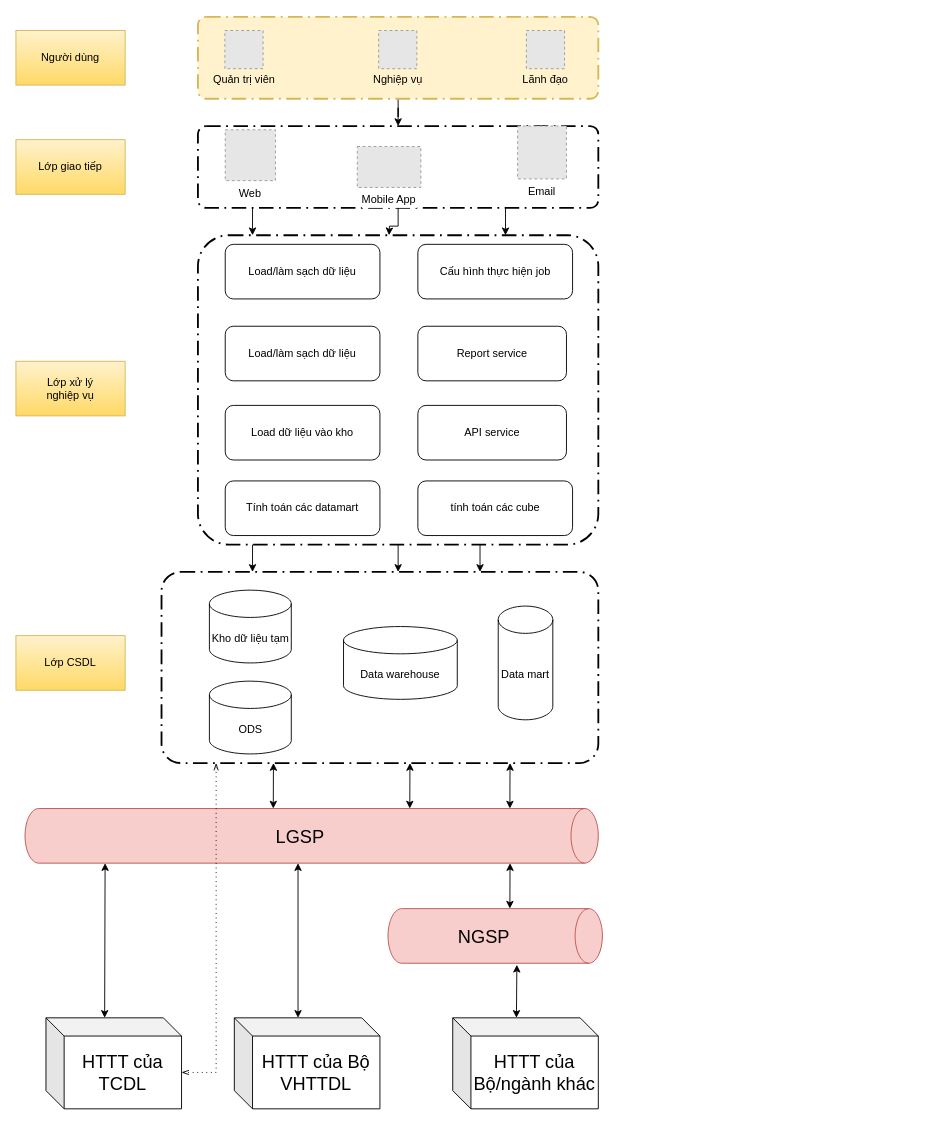
letheanh12345/Draw-io keeps this draw.io diagram as page "KHO" (5 of 5) of tcdl.drawio. Above is the earlier version. Source tidied: cells renumbered, new cells numbered last; positions are measured from the earlier drawing's top-left corner, leaving out a move shared by most shapes. Both pictures are drawn from the tidied source at 91%, with x=0, y=0 at pixel (15, 16). Pictures stored in the file or linked from it are replaced by grey dashed boxes.
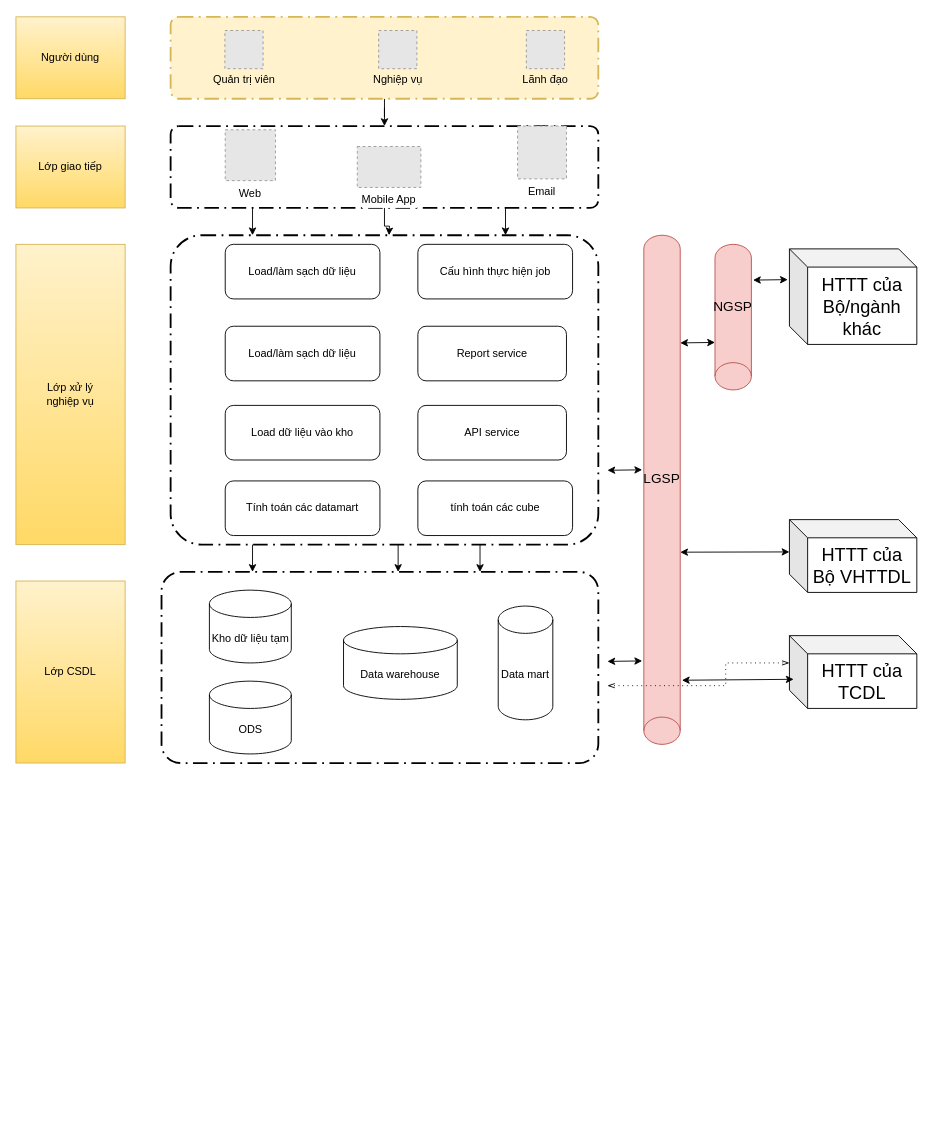
The same page after the edit.

Unchanged cells that the change refers to:
```xml
<mxCell id="21" style="points=[[0.25,0,0],[0.5,0,0],[0.75,0,0],[1,0.25,0],[1,0.5,0],[1,0.75,0],[0.75,1,0],[0.5,1,0],[0.25,1,0],[0,0.75,0],[0,0.5,0],[0,0.25,0]];rounded=1;arcSize=10;dashed=1;strokeColor=#000000;fillColor=none;gradientColor=none;dashPattern=8 3 1 3;strokeWidth=2;fontStyle=1;fontSize=20;" parent="1" vertex="1">
  <mxGeometry x="160" y="610" width="480" height="210" as="geometry" />
</mxCell>
```

Change to the diagram source:
```diff
@@
     <mxCell id="3" style="points=[[0.25,0,0],[0.5,0,0],[0.75,0,0],[1,0.25,0],[1,0.5,0],[1,0.75,0],[0.75,1,0],[0.5,1,0],[0.25,1,0],[0,0.75,0],[0,0.5,0],[0,0.25,0]];rounded=1;arcSize=10;dashed=1;strokeColor=#000000;fillColor=none;gradientColor=none;dashPattern=8 3 1 3;strokeWidth=2;fontStyle=1;fontSize=20;" parent="1" vertex="1">
-      <mxGeometry x="200" y="120" width="440" height="90" as="geometry" />
+      <mxGeometry x="170" y="120" width="470" height="90" as="geometry" />
     </mxCell>
@@
     <mxCell id="7" style="points=[[0.25,0,0],[0.5,0,0],[0.75,0,0],[1,0.25,0],[1,0.5,0],[1,0.75,0],[0.75,1,0],[0.5,1,0],[0.25,1,0],[0,0.75,0],[0,0.5,0],[0,0.25,0]];rounded=1;arcSize=10;dashed=1;strokeColor=#d6b656;fillColor=#fff2cc;dashPattern=8 3 1 3;strokeWidth=2;fontStyle=1;fontSize=20;" parent="1" vertex="1">
-      <mxGeometry x="200" width="440" height="90" as="geometry" />
+      <mxGeometry x="170" width="470" height="90" as="geometry" />
     </mxCell>
@@
     <mxCell id="9" value="Người dùng" style="rounded=0;whiteSpace=wrap;html=1;fillColor=#fff2cc;gradientColor=#ffd966;strokeColor=#d6b656;" parent="1" vertex="1">
-      <mxGeometry y="15" width="120" height="60" as="geometry" />
+      <mxGeometry width="120" height="90" as="geometry" />
     </mxCell>
     <mxCell id="10" value="Lớp giao tiếp" style="rounded=0;whiteSpace=wrap;html=1;fillColor=#fff2cc;gradientColor=#ffd966;strokeColor=#d6b656;" parent="1" vertex="1">
-      <mxGeometry y="135" width="120" height="60" as="geometry" />
+      <mxGeometry y="120" width="120" height="90" as="geometry" />
     </mxCell>
@@
     <mxCell id="16" style="rounded=1;arcSize=10;dashed=1;strokeColor=#000000;fillColor=none;gradientColor=none;dashPattern=8 3 1 3;strokeWidth=2;fontStyle=1;fontSize=20;" parent="1" vertex="1">
-      <mxGeometry x="200" y="240" width="440" height="340" as="geometry" />
+      <mxGeometry x="170" y="240" width="470" height="340" as="geometry" />
     </mxCell>
@@
     <mxCell id="26" value="Lớp xử lý &lt;br&gt;nghiệp vụ" style="rounded=0;whiteSpace=wrap;html=1;fillColor=#fff2cc;gradientColor=#ffd966;strokeColor=#d6b656;" parent="1" vertex="1">
-      <mxGeometry y="378.5" width="120" height="60" as="geometry" />
+      <mxGeometry y="250" width="120" height="330" as="geometry" />
     </mxCell>
     <mxCell id="27" value="Lớp CSDL" style="rounded=0;whiteSpace=wrap;html=1;fillColor=#fff2cc;gradientColor=#ffd966;strokeColor=#d6b656;" parent="1" vertex="1">
-      <mxGeometry y="680" width="120" height="60" as="geometry" />
+      <mxGeometry y="620" width="120" height="200" as="geometry" />
     </mxCell>
@@
+    <mxCell id="48" value="Quản trị viên" style="text;html=1;strokeColor=none;fillColor=none;align=center;verticalAlign=middle;whiteSpace=wrap;rounded=0;fontSize=12;" parent="1" vertex="1">
+      <mxGeometry x="212.6" y="57" width="76" height="23" as="geometry" />
+    </mxCell>
+    <mxCell id="49" value="Nghiệp vụ" style="text;html=1;strokeColor=none;fillColor=none;align=center;verticalAlign=middle;whiteSpace=wrap;rounded=0;fontSize=12;" parent="1" vertex="1">
+      <mxGeometry x="381.6" y="57" width="76" height="23" as="geometry" />
+    </mxCell>
+    <mxCell id="50" value="Lãnh đạo" style="text;html=1;strokeColor=none;fillColor=none;align=center;verticalAlign=middle;whiteSpace=wrap;rounded=0;fontSize=12;" parent="1" vertex="1">
+      <mxGeometry x="543.9" y="57" width="76" height="23" as="geometry" />
+    </mxCell>
-    <mxCell id="35" value="&lt;font style=&quot;font-size: 20px;&quot;&gt;LGSP&lt;/font&gt;" style="shape=cylinder3;whiteSpace=wrap;html=1;boundedLbl=1;backgroundOutline=1;size=15;direction=south;fillColor=#f8cecc;strokeColor=#b85450;" parent="1" vertex="1">
-      <mxGeometry x="10" y="870" width="630" height="60" as="geometry" />
+    <mxCell id="35" value="&lt;font style=&quot;font-size: 15px;&quot;&gt;LGSP&lt;/font&gt;" style="shape=cylinder3;whiteSpace=wrap;html=1;boundedLbl=1;backgroundOutline=1;size=15;direction=west;fillColor=#f8cecc;strokeColor=#b85450;" parent="1" vertex="1">
+      <mxGeometry x="690" y="240" width="40" height="559.5" as="geometry" />
     </mxCell>
     <mxCell id="36" value="HTTT của TCDL" style="shape=cube;whiteSpace=wrap;html=1;boundedLbl=1;backgroundOutline=1;darkOpacity=0.05;darkOpacity2=0.1;fontSize=20;" parent="1" vertex="1">
-      <mxGeometry x="33" y="1100" width="149" height="100" as="geometry" />
+      <mxGeometry x="850" y="680" width="140" height="80" as="geometry" />
     </mxCell>
     <mxCell id="37" value="HTTT của Bộ VHTTDL" style="shape=cube;whiteSpace=wrap;html=1;boundedLbl=1;backgroundOutline=1;darkOpacity=0.05;darkOpacity2=0.1;fontSize=20;" parent="1" vertex="1">
-      <mxGeometry x="240" y="1100" width="160" height="100" as="geometry" />
+      <mxGeometry x="850" y="552.5" width="140" height="80" as="geometry" />
     </mxCell>
     <mxCell id="38" value="HTTT của Bộ/ngành khác" style="shape=cube;whiteSpace=wrap;html=1;boundedLbl=1;backgroundOutline=1;darkOpacity=0.05;darkOpacity2=0.1;fontSize=20;" parent="1" vertex="1">
-      <mxGeometry x="480" y="1100" width="160" height="100" as="geometry" />
+      <mxGeometry x="850" y="255" width="140" height="105" as="geometry" />
     </mxCell>
-    <mxCell id="39" value="&lt;font style=&quot;font-size: 20px;&quot;&gt;NGSP&lt;/font&gt;" style="shape=cylinder3;whiteSpace=wrap;html=1;boundedLbl=1;backgroundOutline=1;size=15;direction=south;fillColor=#f8cecc;strokeColor=#b85450;" parent="1" vertex="1">
-      <mxGeometry x="408.9" y="980" width="235.6" height="60" as="geometry" />
+    <mxCell id="39" value="&lt;font style=&quot;font-size: 15px;&quot;&gt;NGSP&lt;/font&gt;" style="shape=cylinder3;whiteSpace=wrap;html=1;boundedLbl=1;backgroundOutline=1;size=15;direction=west;fillColor=#f8cecc;strokeColor=#b85450;" parent="1" vertex="1">
+      <mxGeometry x="768.2" y="250" width="40" height="160" as="geometry" />
     </mxCell>
-    <mxCell id="40" style="endArrow=classic;startArrow=classic;html=1;rounded=0;fontSize=20;exitX=0.167;exitY=0.78;exitDx=0;exitDy=0;exitPerimeter=0;" parent="1" edge="1">
-      <mxGeometry relative="1" as="geometry">
-        <mxPoint x="282.8" y="870" as="sourcePoint" />
-        <mxPoint x="283" y="820" as="targetPoint" />
-      </mxGeometry>
-    </mxCell>
-    <mxCell id="41" style="endArrow=classic;startArrow=classic;html=1;rounded=0;fontSize=20;exitX=0.167;exitY=0.78;exitDx=0;exitDy=0;exitPerimeter=0;" parent="1" edge="1">
-      <mxGeometry relative="1" as="geometry">
-        <mxPoint x="432.8" y="870" as="sourcePoint" />
-        <mxPoint x="433" y="820" as="targetPoint" />
-      </mxGeometry>
-    </mxCell>
-    <mxCell id="42" style="endArrow=classic;startArrow=classic;html=1;rounded=0;fontSize=20;exitX=0.167;exitY=0.78;exitDx=0;exitDy=0;exitPerimeter=0;" parent="1" edge="1">
-      <mxGeometry relative="1" as="geometry">
-        <mxPoint x="542.8" y="870" as="sourcePoint" />
-        <mxPoint x="543" y="820" as="targetPoint" />
-      </mxGeometry>
-    </mxCell>
-    <mxCell id="43" style="endArrow=classic;startArrow=classic;html=1;rounded=0;fontSize=20;exitX=0.167;exitY=0.78;exitDx=0;exitDy=0;exitPerimeter=0;" parent="1" edge="1">
-      <mxGeometry relative="1" as="geometry">
-        <mxPoint x="542.8" y="980" as="sourcePoint" />
-        <mxPoint x="543" y="930" as="targetPoint" />
-      </mxGeometry>
-    </mxCell>
-    <mxCell id="44" style="endArrow=classic;startArrow=classic;html=1;rounded=0;fontSize=20;exitX=0;exitY=0;exitDx=70;exitDy=0;exitPerimeter=0;entryX=1.028;entryY=0.399;entryDx=0;entryDy=0;entryPerimeter=0;" parent="1" edge="1" source="38" target="39">
-      <mxGeometry relative="1" as="geometry" />
-    </mxCell>
-    <mxCell id="45" style="endArrow=classic;startArrow=classic;html=1;rounded=0;fontSize=20;exitX=0;exitY=0;exitDx=64.5;exitDy=0;exitPerimeter=0;" parent="1" edge="1" source="36">
-      <mxGeometry relative="1" as="geometry">
-        <mxPoint x="98" y="930" as="targetPoint" />
-      </mxGeometry>
-    </mxCell>
-    <mxCell id="46" style="endArrow=classic;startArrow=classic;html=1;rounded=0;fontSize=20;exitX=0;exitY=0;exitDx=70;exitDy=0;exitPerimeter=0;" parent="1" edge="1" source="37">
-      <mxGeometry relative="1" as="geometry">
-        <mxPoint x="310" y="930" as="targetPoint" />
-      </mxGeometry>
-    </mxCell>
-    <mxCell id="47" style="edgeStyle=elbowEdgeStyle;fontSize=12;html=1;endFill=0;startFill=0;endSize=6;startSize=6;dashed=1;dashPattern=1 4;endArrow=openThin;startArrow=openThin;rounded=0;exitX=0;exitY=0;exitDx=149;exitDy=60;exitPerimeter=0;entryX=0.125;entryY=1;entryDx=0;entryDy=0;entryPerimeter=0;" parent="1" edge="1" source="36" target="21">
-      <mxGeometry relative="1" as="geometry">
-        <Array as="points">
-          <mxPoint x="220" y="940" />
-          <mxPoint x="150" y="1090" />
-        </Array>
-      </mxGeometry>
-    </mxCell>
-    <mxCell id="48" value="Quản trị viên" style="text;html=1;strokeColor=none;fillColor=none;align=center;verticalAlign=middle;whiteSpace=wrap;rounded=0;fontSize=12;" parent="1" vertex="1">
-      <mxGeometry x="212.6" y="57" width="76" height="23" as="geometry" />
-    </mxCell>
-    <mxCell id="49" value="Nghiệp vụ" style="text;html=1;strokeColor=none;fillColor=none;align=center;verticalAlign=middle;whiteSpace=wrap;rounded=0;fontSize=12;" parent="1" vertex="1">
-      <mxGeometry x="381.6" y="57" width="76" height="23" as="geometry" />
-    </mxCell>
-    <mxCell id="50" value="Lãnh đạo" style="text;html=1;strokeColor=none;fillColor=none;align=center;verticalAlign=middle;whiteSpace=wrap;rounded=0;fontSize=12;" parent="1" vertex="1">
-      <mxGeometry x="543.9" y="57" width="76" height="23" as="geometry" />
-    </mxCell>
+    <mxCell id="51" style="endArrow=classic;startArrow=classic;html=1;rounded=0;fontSize=20;exitX=-0.046;exitY=0.204;exitDx=0;exitDy=0;exitPerimeter=0;entryX=1;entryY=0.5;entryDx=0;entryDy=0;entryPerimeter=0;" parent="1" edge="1">
+      <mxGeometry relative="1" as="geometry">
+        <mxPoint x="730" y="358.3" as="sourcePoint" />
+        <mxPoint x="768.2" y="357.8" as="targetPoint" />
+      </mxGeometry>
+    </mxCell>
+    <mxCell id="52" style="endArrow=classic;startArrow=classic;html=1;rounded=0;fontSize=20;exitX=-0.046;exitY=0.204;exitDx=0;exitDy=0;exitPerimeter=0;entryX=1;entryY=0.5;entryDx=0;entryDy=0;entryPerimeter=0;" parent="1" edge="1">
+      <mxGeometry relative="1" as="geometry">
+        <mxPoint x="810" y="289.3" as="sourcePoint" />
+        <mxPoint x="848.2" y="288.8" as="targetPoint" />
+      </mxGeometry>
+    </mxCell>
+    <mxCell id="53" style="endArrow=classic;startArrow=classic;html=1;rounded=0;fontSize=20;exitX=-0.046;exitY=0.204;exitDx=0;exitDy=0;exitPerimeter=0;" parent="1" edge="1">
+      <mxGeometry relative="1" as="geometry">
+        <mxPoint x="730" y="588.3" as="sourcePoint" />
+        <mxPoint x="850" y="588" as="targetPoint" />
+      </mxGeometry>
+    </mxCell>
+    <mxCell id="54" style="endArrow=classic;startArrow=classic;html=1;rounded=0;fontSize=20;exitX=-0.046;exitY=0.126;exitDx=0;exitDy=0;exitPerimeter=0;entryX=0.033;entryY=0.6;entryDx=0;entryDy=0;entryPerimeter=0;" parent="1" edge="1" source="35" target="36">
+      <mxGeometry relative="1" as="geometry" />
+    </mxCell>
+    <mxCell id="55" style="edgeStyle=elbowEdgeStyle;fontSize=12;html=1;endFill=0;startFill=0;endSize=6;startSize=6;dashed=1;dashPattern=1 4;endArrow=openThin;startArrow=openThin;rounded=0;exitX=1;exitY=0.5;exitDx=0;exitDy=0;exitPerimeter=0;" parent="1" edge="1">
+      <mxGeometry relative="1" as="geometry">
+        <mxPoint x="650" y="735" as="sourcePoint" />
+        <mxPoint x="850" y="710" as="targetPoint" />
+        <Array as="points">
+          <mxPoint x="780" y="720" />
+          <mxPoint x="678" y="1010" />
+        </Array>
+      </mxGeometry>
+    </mxCell>
+    <mxCell id="56" style="endArrow=classic;startArrow=classic;html=1;rounded=0;fontSize=20;exitX=-0.046;exitY=0.204;exitDx=0;exitDy=0;exitPerimeter=0;entryX=1;entryY=0.5;entryDx=0;entryDy=0;entryPerimeter=0;" parent="1" edge="1">
+      <mxGeometry relative="1" as="geometry">
+        <mxPoint x="650" y="498.3" as="sourcePoint" />
+        <mxPoint x="688.2" y="497.8" as="targetPoint" />
+      </mxGeometry>
+    </mxCell>
+    <mxCell id="57" style="endArrow=classic;startArrow=classic;html=1;rounded=0;fontSize=20;exitX=-0.046;exitY=0.204;exitDx=0;exitDy=0;exitPerimeter=0;entryX=1;entryY=0.5;entryDx=0;entryDy=0;entryPerimeter=0;" parent="1" edge="1">
+      <mxGeometry relative="1" as="geometry">
+        <mxPoint x="650" y="708.3" as="sourcePoint" />
+        <mxPoint x="688.2" y="707.8" as="targetPoint" />
+      </mxGeometry>
+    </mxCell>
```
